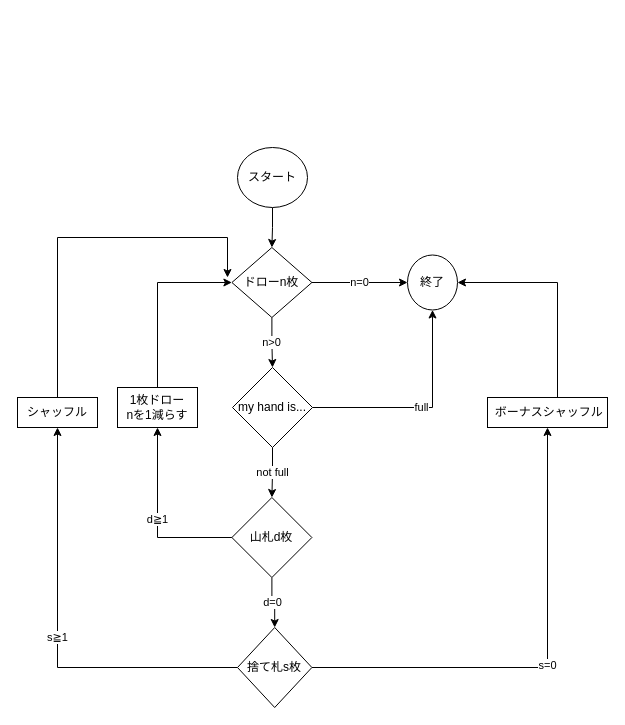
Before: sundial.drawio in ShiratoriAoi/StSdata, a draw.io diagram. Source tidied: cells renumbered, new cells numbered last; positions are measured from the earlier drawing's top-left corner, leaving out a move shared by most shapes. Both pictures are drawn from the tidied source at 100%, with x=0, y=0 at pixel (17, 147).
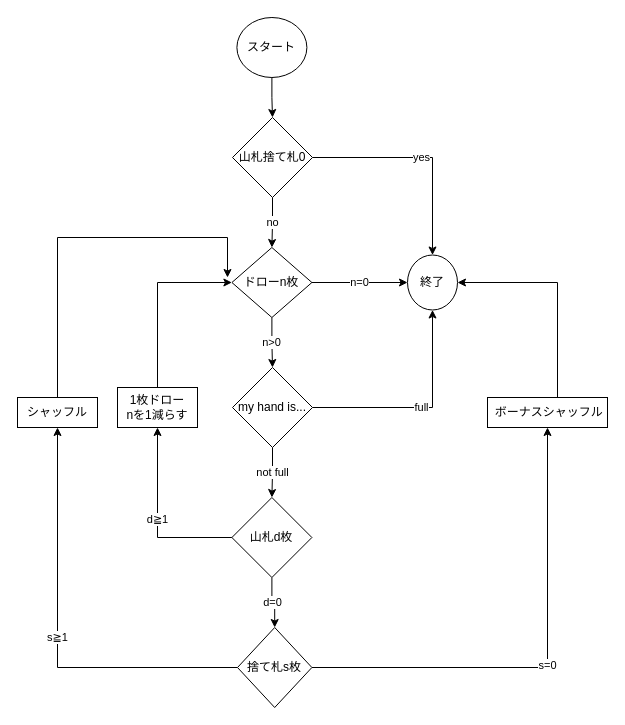
The same page after the edit.

The change refers to these unchanged cells:
```xml
<mxCell id="6" value="ドローn枚" style="rhombus;whiteSpace=wrap;html=1;" parent="1" vertex="1">
  <mxGeometry x="214.4" y="100" width="80" height="70" as="geometry" />
</mxCell>
<mxCell id="7" value="終了" style="ellipse;whiteSpace=wrap;html=1;" parent="1" vertex="1">
  <mxGeometry x="390" y="107.5" width="50" height="55" as="geometry" />
</mxCell>
```

What changed in the source:
```diff
@@
-    <mxCell id="2" style="edgeStyle=orthogonalEdgeStyle;rounded=0;jettySize=auto;html=1;exitX=0.5;exitY=1;exitDx=0;exitDy=0;" parent="1" edge="1" source="3" target="6">
-      <mxGeometry relative="1" as="geometry" />
-    </mxCell>
+    <mxCell id="23" style="edgeStyle=orthogonalEdgeStyle;rounded=0;jettySize=auto;html=1;exitX=0.5;exitY=1;exitDx=0;exitDy=0;" parent="1" edge="1" source="3" target="26">
+      <mxGeometry relative="1" as="geometry" />
+    </mxCell>
     <mxCell id="3" value="スタート" style="ellipse;whiteSpace=wrap;html=1;" parent="1" vertex="1">
-      <mxGeometry x="220" width="70" height="60" as="geometry" />
+      <mxGeometry x="219.4" y="-130" width="70" height="60" as="geometry" />
     </mxCell>
@@
+    <mxCell id="24" value="yes" style="edgeStyle=orthogonalEdgeStyle;rounded=0;jettySize=auto;html=1;exitX=1;exitY=0.5;exitDx=0;exitDy=0;entryX=0.5;entryY=0;entryDx=0;entryDy=0;" parent="1" edge="1" source="26" target="7">
+      <mxGeometry relative="1" as="geometry" />
+    </mxCell>
+    <mxCell id="25" value="no" style="edgeStyle=orthogonalEdgeStyle;rounded=0;jettySize=auto;html=1;exitX=0.5;exitY=1;exitDx=0;exitDy=0;" parent="1" edge="1" source="26" target="6">
+      <mxGeometry relative="1" as="geometry" />
+    </mxCell>
+    <mxCell id="26" value="山札捨て札0" style="rhombus;whiteSpace=wrap;html=1;" parent="1" vertex="1">
+      <mxGeometry x="215" y="-30" width="80" height="80" as="geometry" />
+    </mxCell>
```
